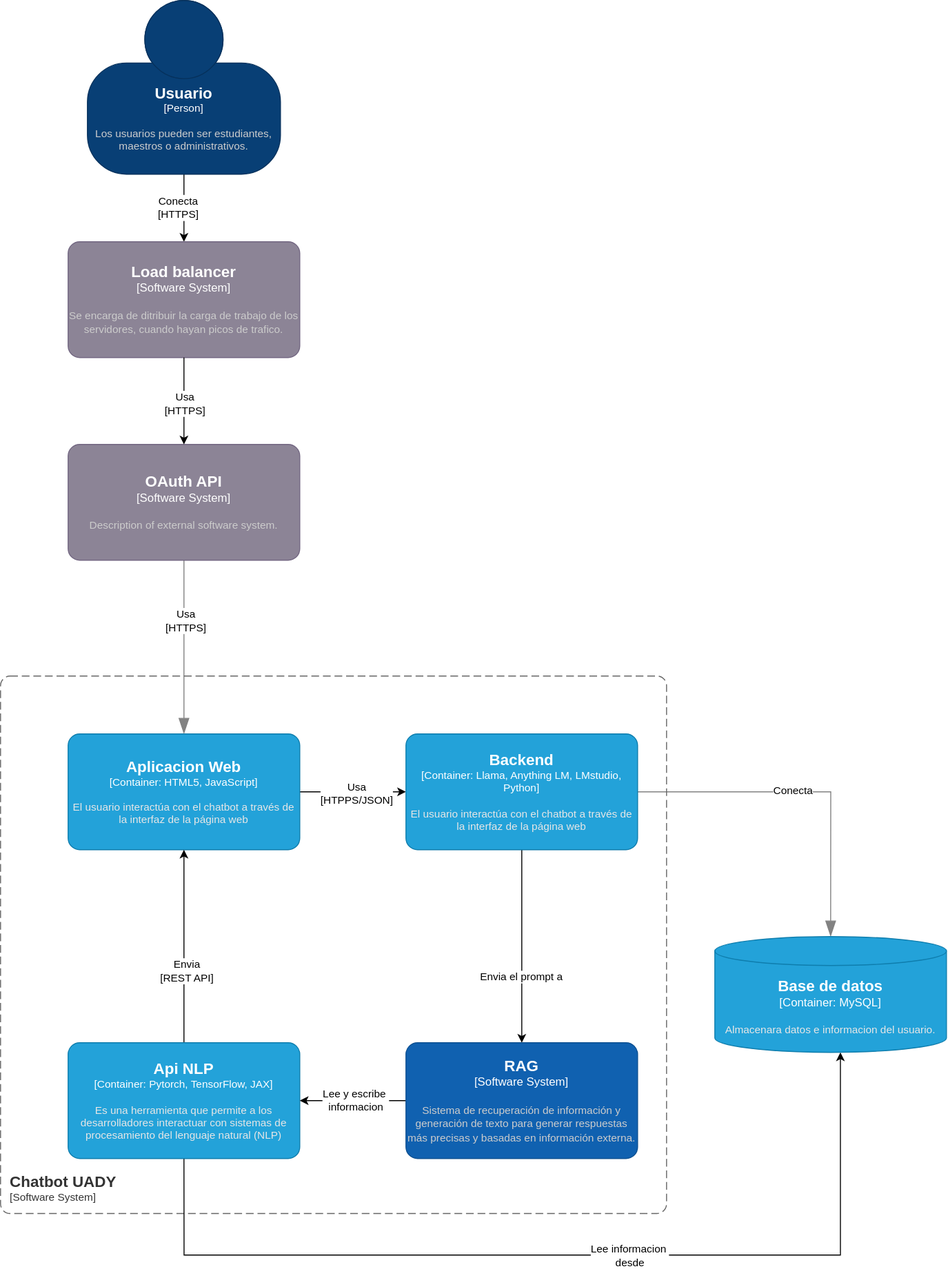
diego-islas8/Proyecto-FIS keeps this draw.io diagram as c2.drawio.svg. Above is the earlier version. Source tidied: cells renumbered, new cells last; positions are measured from the earlier drawing's top-left corner, leaving out a move shared by most shapes.
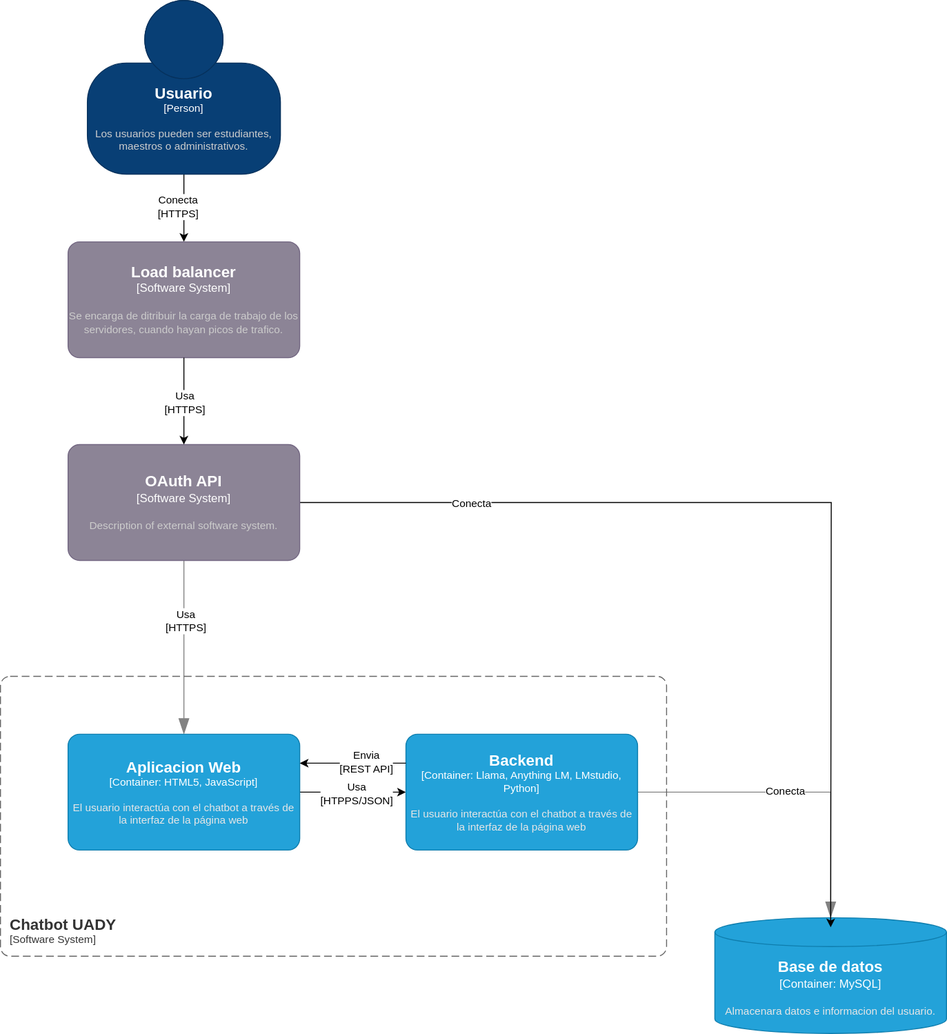
The same file after the commit.

Change to the diagram source:
```diff
@@ -37,7 +37,7 @@
     </mxCell>
     <object id="9" label="&lt;font style=&quot;font-size: 16px&quot;&gt;&lt;b&gt;&lt;div style=&quot;text-align: left&quot;&gt;%c4Name%&lt;/div&gt;&lt;/b&gt;&lt;/font&gt;&lt;div style=&quot;text-align: left&quot;&gt;[%c4Application%]&lt;/div&gt;" c4Application="Software System" c4Name="Chatbot UADY" c4Type="SystemScopeBoundary" placeholders="1">
       <mxCell style="rounded=1;fontSize=11;whiteSpace=wrap;html=1;dashed=1;arcSize=20;fillColor=none;strokeColor=#666666;fontColor=#333333;labelBackgroundColor=none;align=left;verticalAlign=bottom;labelBorderColor=none;spacingTop=0;spacing=10;dashPattern=8 4;perimeter=rectanglePerimeter;noLabel=0;labelPadding=0;absoluteArcSize=1;" parent="1" vertex="1">
-        <mxGeometry y="700" width="690" height="557" as="geometry" />
+        <mxGeometry y="700" width="690" height="290" as="geometry" />
       </mxCell>
     </object>
     <mxCell id="10" style="edgeStyle=orthogonalEdgeStyle;rounded=0;jettySize=auto;html=1;entryX=0;entryY=0.5;entryDx=0;entryDy=0;entryPerimeter=0;" parent="1" edge="1" source="12" target="15">
@@ -51,55 +51,20 @@
         <mxGeometry x="70" y="760" width="240" height="120" as="geometry" />
       </mxCell>
     </object>
-    <mxCell id="13" style="edgeStyle=orthogonalEdgeStyle;rounded=0;jettySize=auto;html=1;" parent="1" edge="1" source="15" target="23">
-      <mxGeometry relative="1" as="geometry" />
-    </mxCell>
-    <mxCell id="14" value="Envia el prompt a&amp;nbsp;" style="edgeLabel;html=1;align=center;verticalAlign=middle;" parent="13" vertex="1">
-      <mxGeometry x="0.3" relative="1" as="geometry" />
-    </mxCell>
     <object id="15" label="&lt;font style=&quot;font-size: 16px&quot;&gt;&lt;b&gt;%c4Name%&lt;/b&gt;&lt;/font&gt;&lt;div&gt;[%c4Type%: %c4Technology%]&lt;/div&gt;&lt;br&gt;&lt;div&gt;&lt;font style=&quot;font-size: 11px&quot;&gt;&lt;font color=&quot;#E6E6E6&quot;&gt;%c4Description%&lt;/font&gt;&lt;/div&gt;" c4Description="El usuario interactúa con el chatbot a través de la interfaz de la página web" c4Name="Backend" c4Technology="Llama, Anything LM, LMstudio, Python" c4Type="Container" placeholders="1">
       <mxCell style="rounded=1;whiteSpace=wrap;html=1;fontSize=11;labelBackgroundColor=none;fillColor=#23A2D9;fontColor=#ffffff;align=center;arcSize=10;strokeColor=#0E7DAD;points=[[0.25,0,0],[0.5,0,0],[0.75,0,0],[1,0.25,0],[1,0.5,0],[1,0.75,0],[0.75,1,0],[0.5,1,0],[0.25,1,0],[0,0.75,0],[0,0.5,0],[0,0.25,0]];" parent="1" vertex="1">
         <mxGeometry x="420" y="760" width="240" height="120" as="geometry" />
       </mxCell>
     </object>
-    <mxCell id="16" style="edgeStyle=orthogonalEdgeStyle;rounded=0;jettySize=auto;html=1;exitX=0.5;exitY=0;exitDx=0;exitDy=0;exitPerimeter=0;entryX=0.5;entryY=1;entryDx=0;entryDy=0;entryPerimeter=0;" parent="1" edge="1" source="20" target="12">
+    <mxCell id="16" style="rounded=0;jettySize=auto;html=1;exitX=0;exitY=0.25;exitDx=0;exitDy=0;exitPerimeter=0;entryX=1;entryY=0.25;entryDx=0;entryDy=0;entryPerimeter=0;" parent="1" edge="1" source="15" target="12">
       <mxGeometry relative="1" as="geometry" />
     </mxCell>
     <mxCell id="17" value="Envia&lt;div&gt;[REST API]&lt;/div&gt;" style="edgeLabel;html=1;align=center;verticalAlign=middle;" parent="16" vertex="1">
       <mxGeometry x="-0.24" y="-2" relative="1" as="geometry" />
     </mxCell>
-    <mxCell id="18" style="edgeStyle=orthogonalEdgeStyle;rounded=0;jettySize=auto;html=1;exitX=0.5;exitY=1;exitDx=0;exitDy=0;exitPerimeter=0;" parent="1" edge="1" source="20" target="24">
-      <mxGeometry relative="1" as="geometry">
-        <Array as="points">
-          <mxPoint x="190" y="1300" />
-          <mxPoint x="870" y="1300" />
-        </Array>
-      </mxGeometry>
-    </mxCell>
-    <mxCell id="19" value="Lee informacion&amp;nbsp;&lt;div&gt;desde&lt;/div&gt;" style="edgeLabel;html=1;align=center;verticalAlign=middle;" parent="18" vertex="1">
-      <mxGeometry x="-0.26" relative="1" as="geometry">
-        <mxPoint x="196" as="offset" />
-      </mxGeometry>
-    </mxCell>
-    <object id="20" label="&lt;font style=&quot;font-size: 16px&quot;&gt;&lt;b&gt;%c4Name%&lt;/b&gt;&lt;/font&gt;&lt;div&gt;[%c4Type%: %c4Technology%]&lt;/div&gt;&lt;br&gt;&lt;div&gt;&lt;font style=&quot;font-size: 11px&quot;&gt;&lt;font color=&quot;#E6E6E6&quot;&gt;%c4Description%&lt;/font&gt;&lt;/div&gt;" c4Description="Es una herramienta que permite a los desarrolladores interactuar con sistemas de procesamiento del lenguaje natural (NLP)" c4Name="Api NLP" c4Technology="Pytorch, TensorFlow, JAX" c4Type="Container" placeholders="1">
-      <mxCell style="rounded=1;whiteSpace=wrap;html=1;fontSize=11;labelBackgroundColor=none;fillColor=#23A2D9;fontColor=#ffffff;align=center;arcSize=10;strokeColor=#0E7DAD;points=[[0.25,0,0],[0.5,0,0],[0.75,0,0],[1,0.25,0],[1,0.5,0],[1,0.75,0],[0.75,1,0],[0.5,1,0],[0.25,1,0],[0,0.75,0],[0,0.5,0],[0,0.25,0]];" parent="1" vertex="1">
-        <mxGeometry x="70" y="1080" width="240" height="120" as="geometry" />
-      </mxCell>
-    </object>
-    <mxCell id="21" style="edgeStyle=orthogonalEdgeStyle;rounded=0;jettySize=auto;html=1;" parent="1" edge="1" source="23" target="20">
-      <mxGeometry relative="1" as="geometry" />
-    </mxCell>
-    <mxCell id="22" value="Lee y escribe&amp;nbsp;&lt;div&gt;informacion&lt;/div&gt;" style="edgeLabel;html=1;align=center;verticalAlign=middle;" parent="21" vertex="1">
-      <mxGeometry x="-0.02" y="-1" relative="1" as="geometry" />
-    </mxCell>
-    <object id="23" label="&lt;font style=&quot;font-size: 16px&quot;&gt;&lt;b&gt;%c4Name%&lt;/b&gt;&lt;/font&gt;&lt;div&gt;[%c4Type%]&lt;/div&gt;&lt;br&gt;&lt;div&gt;&lt;font style=&quot;font-size: 11px&quot;&gt;&lt;font color=&quot;#cccccc&quot;&gt;%c4Description%&lt;/font&gt;&lt;/div&gt;" c4Description="Sistema de recuperación de información y generación de texto para generar respuestas más precisas y basadas en información externa." c4Name="RAG" c4Type="Software System" placeholders="1">
-      <mxCell style="rounded=1;whiteSpace=wrap;html=1;labelBackgroundColor=none;fillColor=#1061B0;fontColor=#ffffff;align=center;arcSize=10;strokeColor=#0D5091;points=[[0.25,0,0],[0.5,0,0],[0.75,0,0],[1,0.25,0],[1,0.5,0],[1,0.75,0],[0.75,1,0],[0.5,1,0],[0.25,1,0],[0,0.75,0],[0,0.5,0],[0,0.25,0]];" parent="1" vertex="1">
-        <mxGeometry x="420" y="1080" width="240" height="120" as="geometry" />
-      </mxCell>
-    </object>
     <object id="24" label="&lt;font style=&quot;font-size: 16px&quot;&gt;&lt;b&gt;%c4Name%&lt;/b&gt;&lt;/font&gt;&lt;div&gt;[%c4Type%:&amp;nbsp;%c4Technology%]&lt;/div&gt;&lt;br&gt;&lt;div&gt;&lt;font style=&quot;font-size: 11px&quot;&gt;&lt;font color=&quot;#E6E6E6&quot;&gt;%c4Description%&lt;/font&gt;&lt;/div&gt;" c4Description="Almacenara datos e informacion del usuario." c4Name="Base de datos" c4Technology="MySQL" c4Type="Container" placeholders="1">
       <mxCell style="shape=cylinder3;size=15;whiteSpace=wrap;html=1;boundedLbl=1;rounded=0;labelBackgroundColor=none;fillColor=#23A2D9;fontSize=12;fontColor=#ffffff;align=center;strokeColor=#0E7DAD;points=[[0.5,0,0],[1,0.25,0],[1,0.5,0],[1,0.75,0],[0.5,1,0],[0,0.75,0],[0,0.5,0],[0,0.25,0]];" parent="1" vertex="1">
-        <mxGeometry x="740" y="970" width="240" height="120" as="geometry" />
+        <mxGeometry x="740" y="950" width="240" height="120" as="geometry" />
       </mxCell>
     </object>
     <object id="25" label="&lt;font style=&quot;font-size: 16px&quot;&gt;&lt;b&gt;%c4Name%&lt;/b&gt;&lt;/font&gt;&lt;div&gt;[%c4Type%]&lt;/div&gt;&lt;br&gt;&lt;div&gt;&lt;font style=&quot;font-size: 11px&quot;&gt;&lt;font color=&quot;#cccccc&quot;&gt;%c4Description%&lt;/font&gt;&lt;/div&gt;" c4Description="Se encarga de ditribuir la carga de trabajo de los servidores, cuando hayan picos de trafico." c4Name="Load balancer" c4Type="Software System" placeholders="1">
@@ -107,6 +72,16 @@
         <mxGeometry x="70" y="250" width="240" height="120" as="geometry" />
       </mxCell>
     </object>
+    <mxCell id="29" style="edgeStyle=orthogonalEdgeStyle;rounded=0;jettySize=auto;html=1;" parent="1" edge="1" source="26">
+      <mxGeometry relative="1" as="geometry">
+        <mxPoint x="860" y="960" as="targetPoint" />
+      </mxGeometry>
+    </mxCell>
+    <mxCell id="30" value="Conecta" style="edgeLabel;html=1;align=center;verticalAlign=middle;" parent="29" vertex="1">
+      <mxGeometry x="-0.64" relative="1" as="geometry">
+        <mxPoint x="-1" as="offset" />
+      </mxGeometry>
+    </mxCell>
     <object id="26" label="&lt;font style=&quot;font-size: 16px&quot;&gt;&lt;b&gt;%c4Name%&lt;/b&gt;&lt;/font&gt;&lt;div&gt;[%c4Type%]&lt;/div&gt;&lt;br&gt;&lt;div&gt;&lt;font style=&quot;font-size: 11px&quot;&gt;&lt;font color=&quot;#cccccc&quot;&gt;%c4Description%&lt;/font&gt;&lt;/div&gt;" c4Description="Description of external software system." c4Name="OAuth API" c4Type="Software System" placeholders="1">
       <mxCell style="rounded=1;whiteSpace=wrap;html=1;labelBackgroundColor=none;fillColor=#8C8496;fontColor=#ffffff;align=center;arcSize=10;strokeColor=#736782;points=[[0.25,0,0],[0.5,0,0],[0.75,0,0],[1,0.25,0],[1,0.5,0],[1,0.75,0],[0.75,1,0],[0.5,1,0],[0.25,1,0],[0,0.75,0],[0,0.5,0],[0,0.25,0]];" parent="1" vertex="1">
         <mxGeometry x="70" y="460" width="240" height="120" as="geometry" />
```
